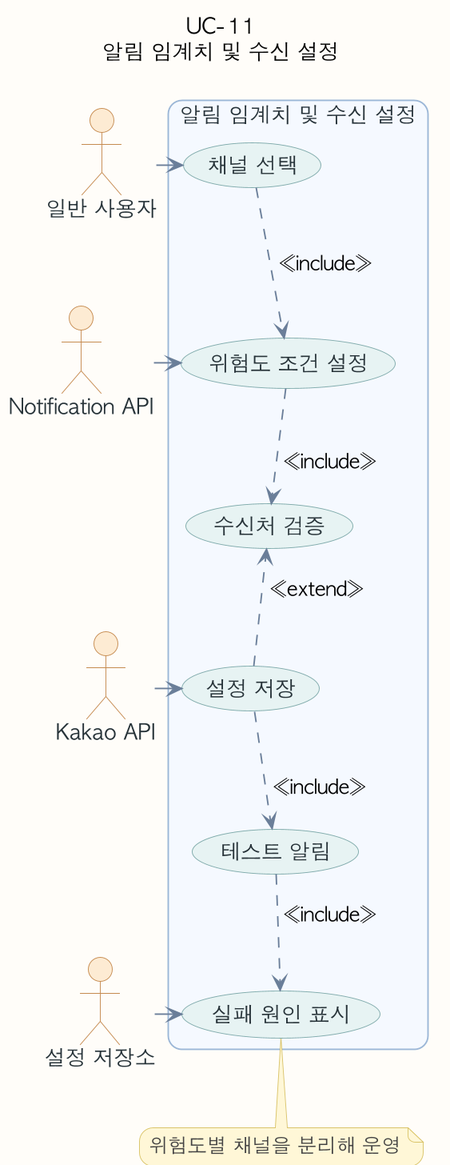
ricky30825-creator/BMS keeps this PlantUML diagram as assets/diagrams/usecase/uc-11-usecase.png. Above is the earlier version. Its source is kept beside it as assets/diagrams/usecase/uc-11-usecase.puml.
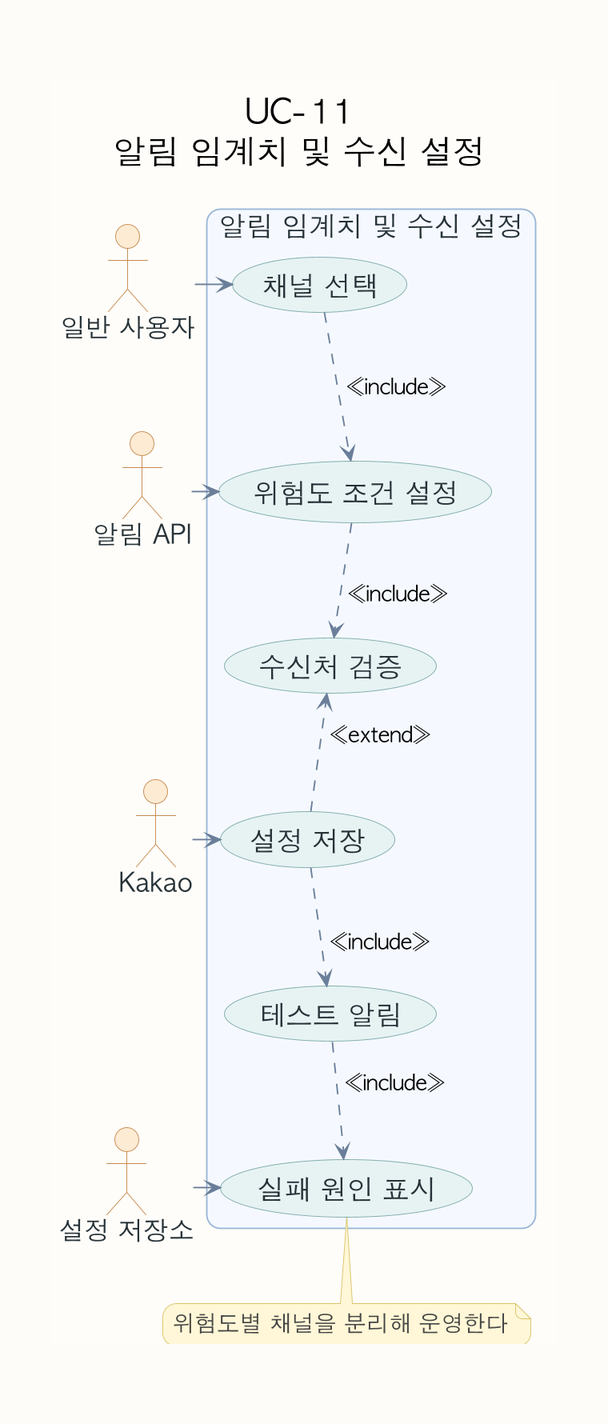
Above is the later version.

Change to the diagram source:
```diff
@@ -4,6 +4,12 @@
 skinparam shadowing false
 skinparam dpi 180
 skinparam defaultFontName "AppleGothic"
+skinparam defaultFontSize 18
+skinparam TitleFontSize 22
+skinparam ActorFontSize 17
+skinparam UsecaseFontSize 18
+skinparam NoteFontSize 15
+skinparam ArrowFontSize 14
 skinparam roundcorner 18
 skinparam usecase {
   BackgroundColor #F8FAFC
@@ -33,8 +39,8 @@
 }
 title UC-11\n알림 임계치 및 수신 설정
 actor "일반 사용자" as A
-actor "Notification API" as S1
-actor "Kakao API" as S2
+actor "알림 API" as S1
+actor "Kakao" as S2
 actor "설정 저장소" as S3
 rectangle "알림 임계치 및 수신 설정" {
   usecase "채널 선택" as U1
@@ -59,6 +65,6 @@
 U4 ..> U5 : <<include>>
 U5 ..> U6 : <<include>>
 note bottom of U6
-위험도별 채널을 분리해 운영
+위험도별 채널을 분리해 운영한다
 end note
 @enduml
```
